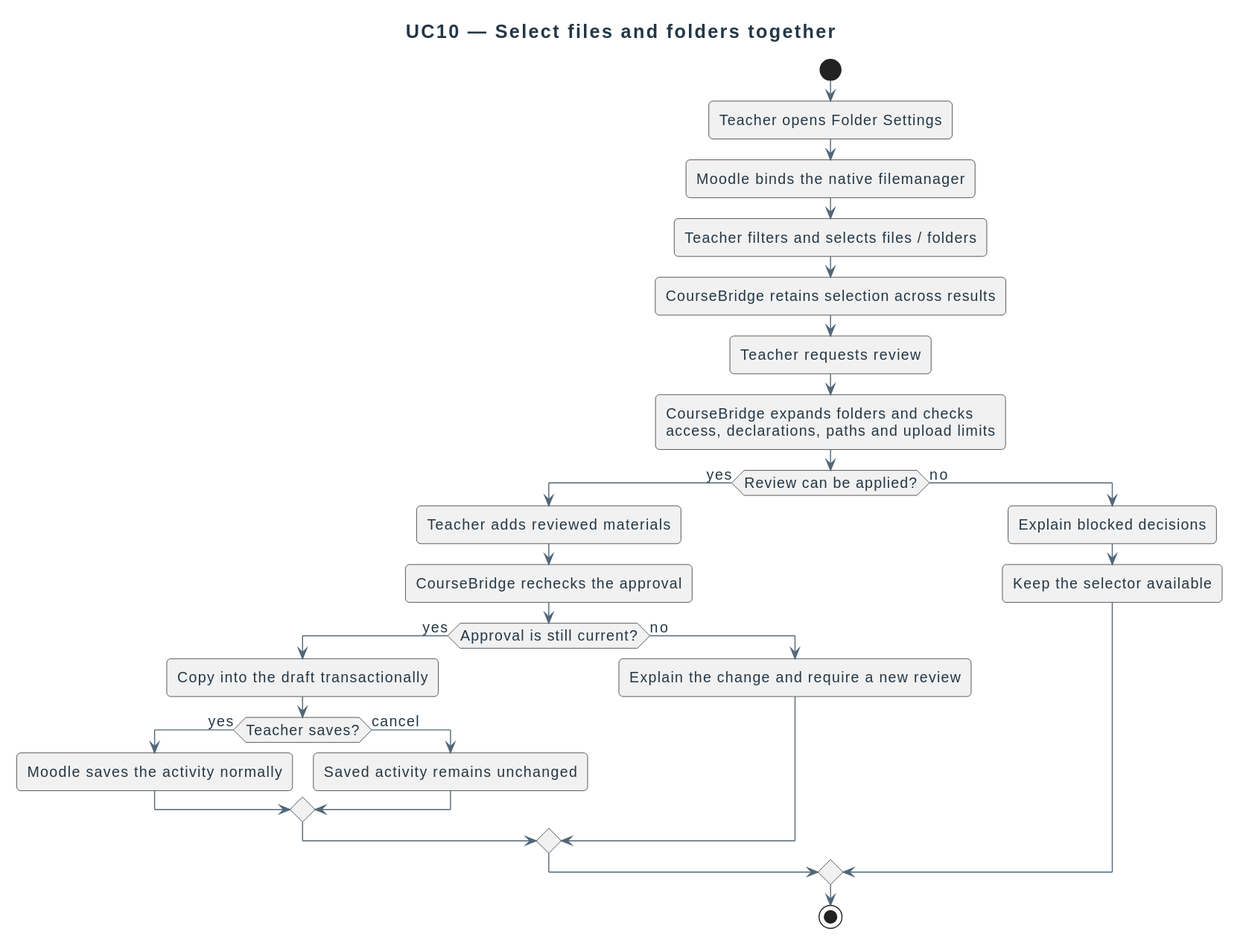
didactika/moodle-local_coursefiles keeps this PlantUML diagram as docs/diagrams/requirements/use-case-details/uc10-select-materials.svg. Above is the earlier version.
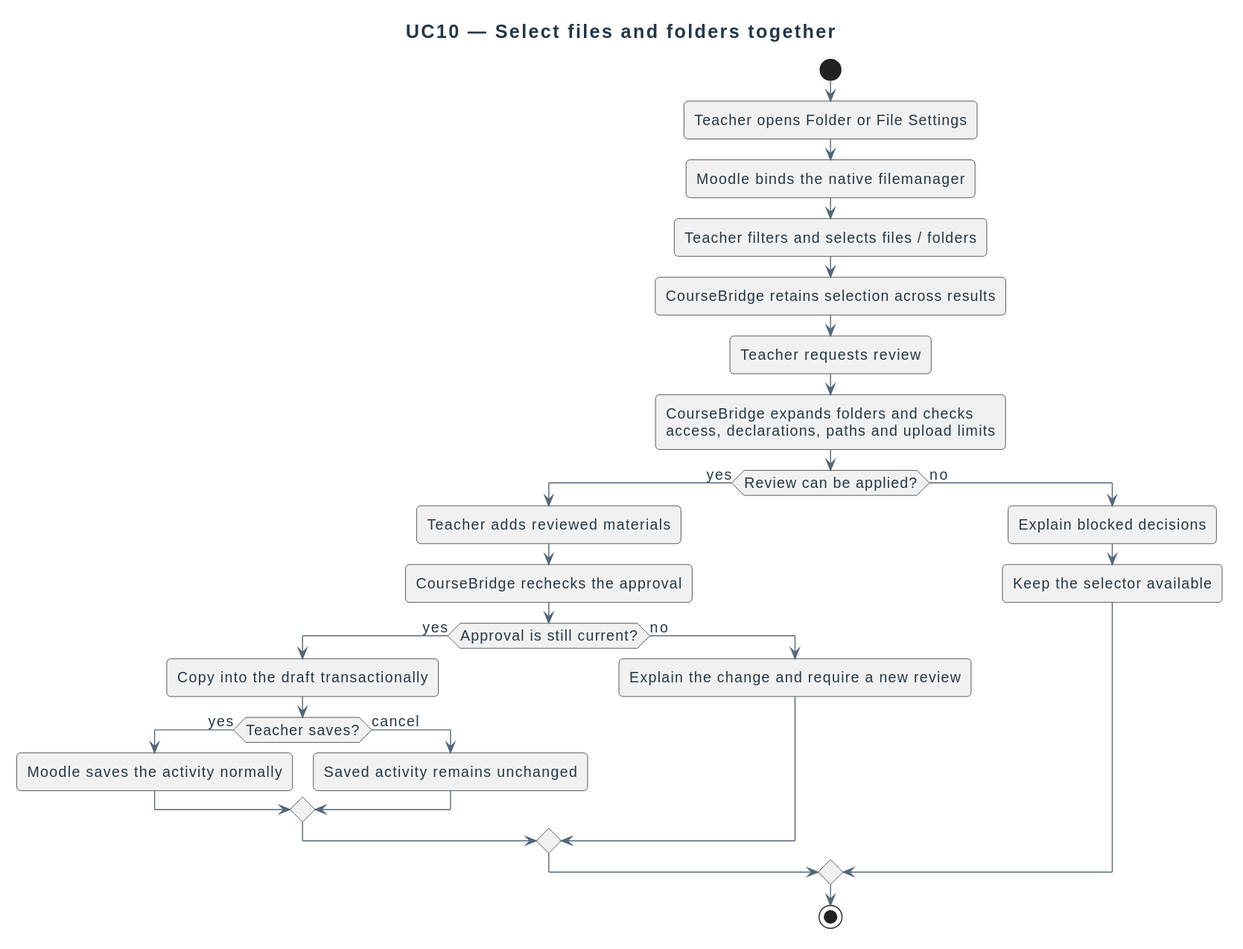
The same file after the commit.

The edit, as a diff of the source:
```diff
@@ -2,7 +2,7 @@
 !include ../../_style.puml
 title UC10 — Select files and folders together
 start
-:Teacher opens Folder Settings;
+:Teacher opens Folder or File Settings;
 :Moodle binds the native filemanager;
 :Teacher filters and selects files / folders;
 :CourseBridge retains selection across results;
```
